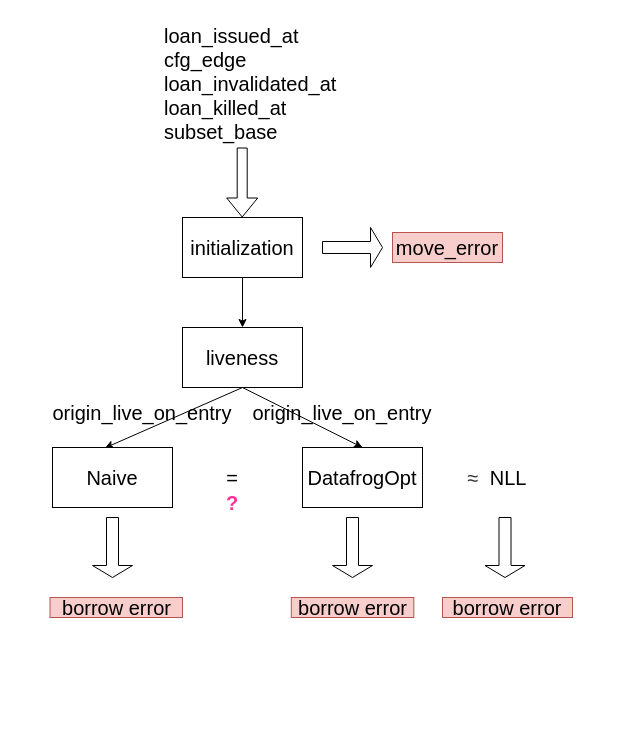
lengyijun/polonius-proof keeps this draw.io diagram as presentation/liveness.drawio. Above is the earlier version. Source tidied: cells renumbered, new cells numbered last; positions are measured from the earlier drawing's top-left corner, leaving out a move shared by most shapes. Both pictures are drawn from the tidied source at 100%, with x=0, y=0 at pixel (50, 17).
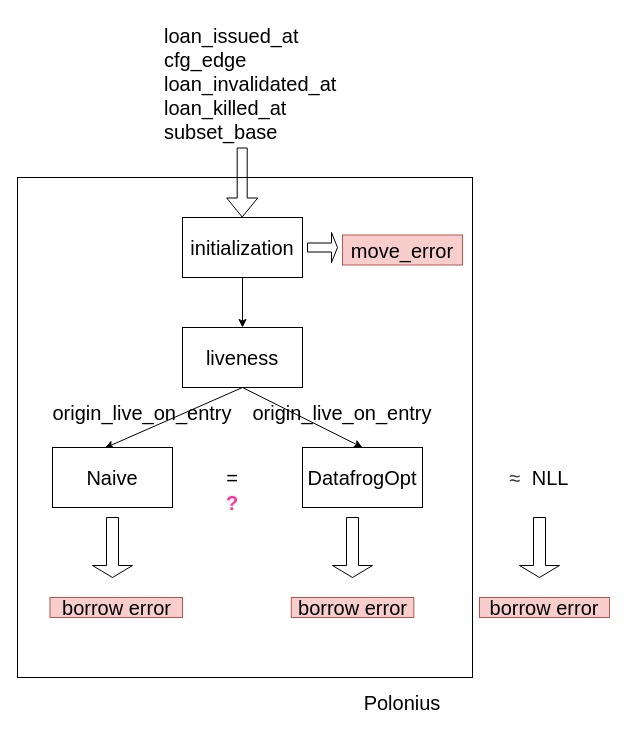
Above is the later version.

What changed in the source:
```diff
@@
+    <mxCell id="26" style="rounded=0;whiteSpace=wrap;html=1;" parent="1" vertex="1">
+      <mxGeometry x="-33" y="160" width="455" height="500" as="geometry" />
+    </mxCell>
@@
     <mxCell id="16" value="&lt;font style=&quot;font-size: 20px&quot;&gt;&lt;span style=&quot;color: rgb(51 , 51 , 51) ; font-family: &amp;#34;arial&amp;#34; , sans-serif ; text-align: left ; background-color: rgb(255 , 255 , 255)&quot;&gt;≈&lt;/span&gt;&amp;nbsp; NLL&lt;/font&gt;" style="text;html=1;strokeColor=none;fillColor=none;align=center;verticalAlign=middle;whiteSpace=wrap;rounded=0;fontSize=20;" parent="1" vertex="1">
-      <mxGeometry x="392" y="445" width="110" height="30" as="geometry" />
+      <mxGeometry x="434" y="445" width="110" height="30" as="geometry" />
     </mxCell>
@@
     <mxCell id="18" style="shape=singleArrow;whiteSpace=wrap;html=1;fontSize=20;" parent="1" vertex="1">
-      <mxGeometry x="272" y="210" width="60" height="40" as="geometry" />
+      <mxGeometry x="257" y="215" width="30" height="30" as="geometry" />
     </mxCell>
     <mxCell id="19" value="move_error" style="text;html=1;strokeColor=#b85450;fillColor=#f8cecc;align=center;verticalAlign=middle;whiteSpace=wrap;rounded=0;fontSize=20;" parent="1" vertex="1">
-      <mxGeometry x="342" y="215" width="110" height="30" as="geometry" />
+      <mxGeometry x="292" y="217.5" width="120" height="30" as="geometry" />
     </mxCell>
@@
     <mxCell id="24" style="shape=singleArrow;direction=south;whiteSpace=wrap;html=1;fontSize=20;" parent="1" vertex="1">
-      <mxGeometry x="434.5" y="500" width="40" height="60" as="geometry" />
+      <mxGeometry x="469" y="500" width="40" height="60" as="geometry" />
     </mxCell>
     <mxCell id="25" value="borrow error" style="text;html=1;strokeColor=#b85450;fillColor=#f8cecc;align=center;verticalAlign=middle;whiteSpace=wrap;rounded=0;fontSize=20;" parent="1" vertex="1">
-      <mxGeometry x="392" y="580" width="130" height="20" as="geometry" />
+      <mxGeometry x="429" y="580" width="130" height="20" as="geometry" />
     </mxCell>
+    <mxCell id="27" value="&lt;font style=&quot;font-size: 20px&quot;&gt;Polonius&lt;/font&gt;" style="text;html=1;strokeColor=none;fillColor=none;align=center;verticalAlign=middle;whiteSpace=wrap;rounded=0;" parent="1" vertex="1">
+      <mxGeometry x="312" y="670" width="80" height="30" as="geometry" />
+    </mxCell>
```
